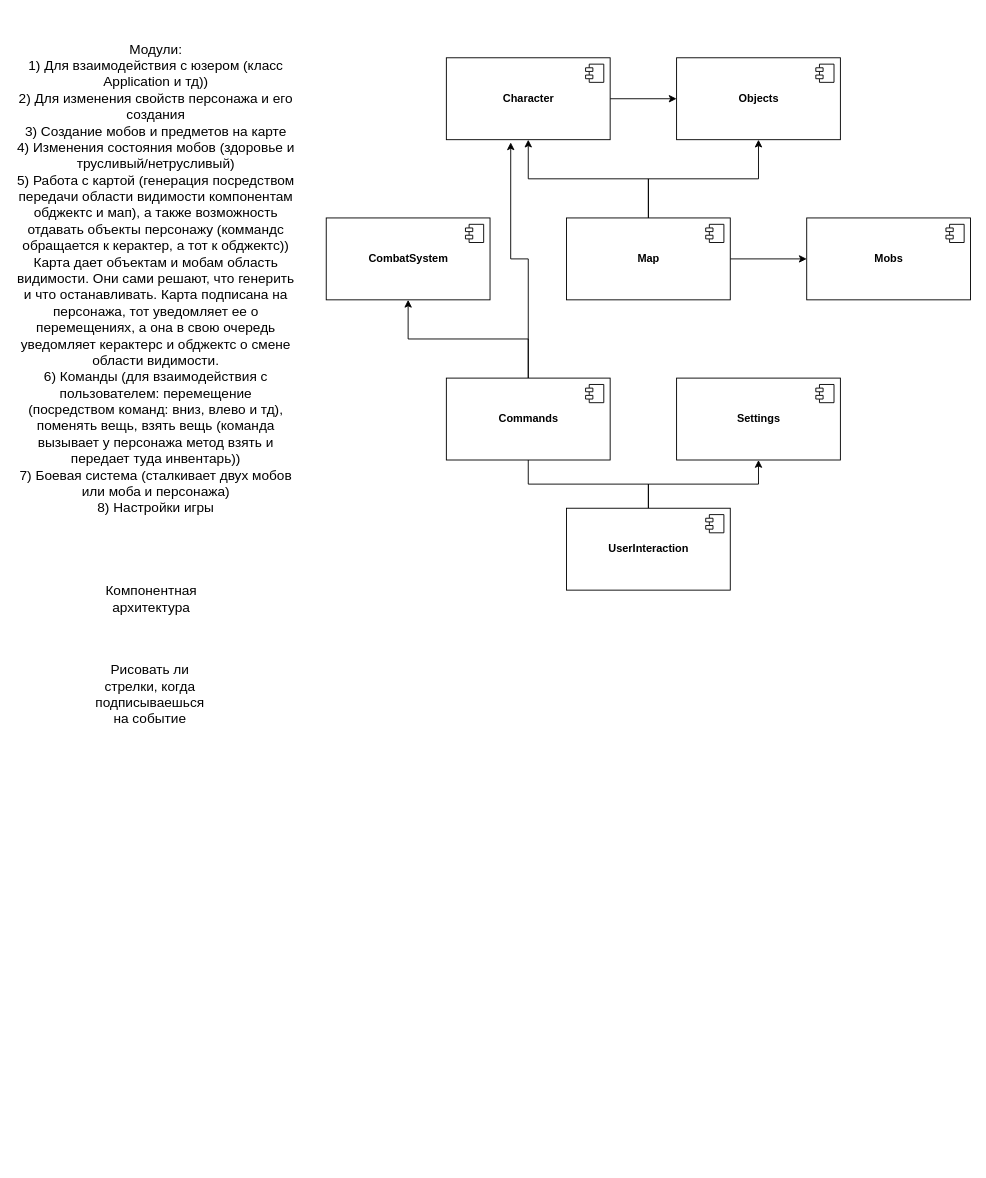
Above: page "Components" (1 of 7) of Roguelike/roguelike.drawio in victoriafomina/Software-Design (draw.io), before the change. Source tidied: cells renumbered, new cells numbered last; positions are measured from the earlier drawing's top-left corner, leaving out a move shared by most shapes. Both pictures are drawn from the tidied source at 91%, with x=0, y=0 at pixel (15, 17).
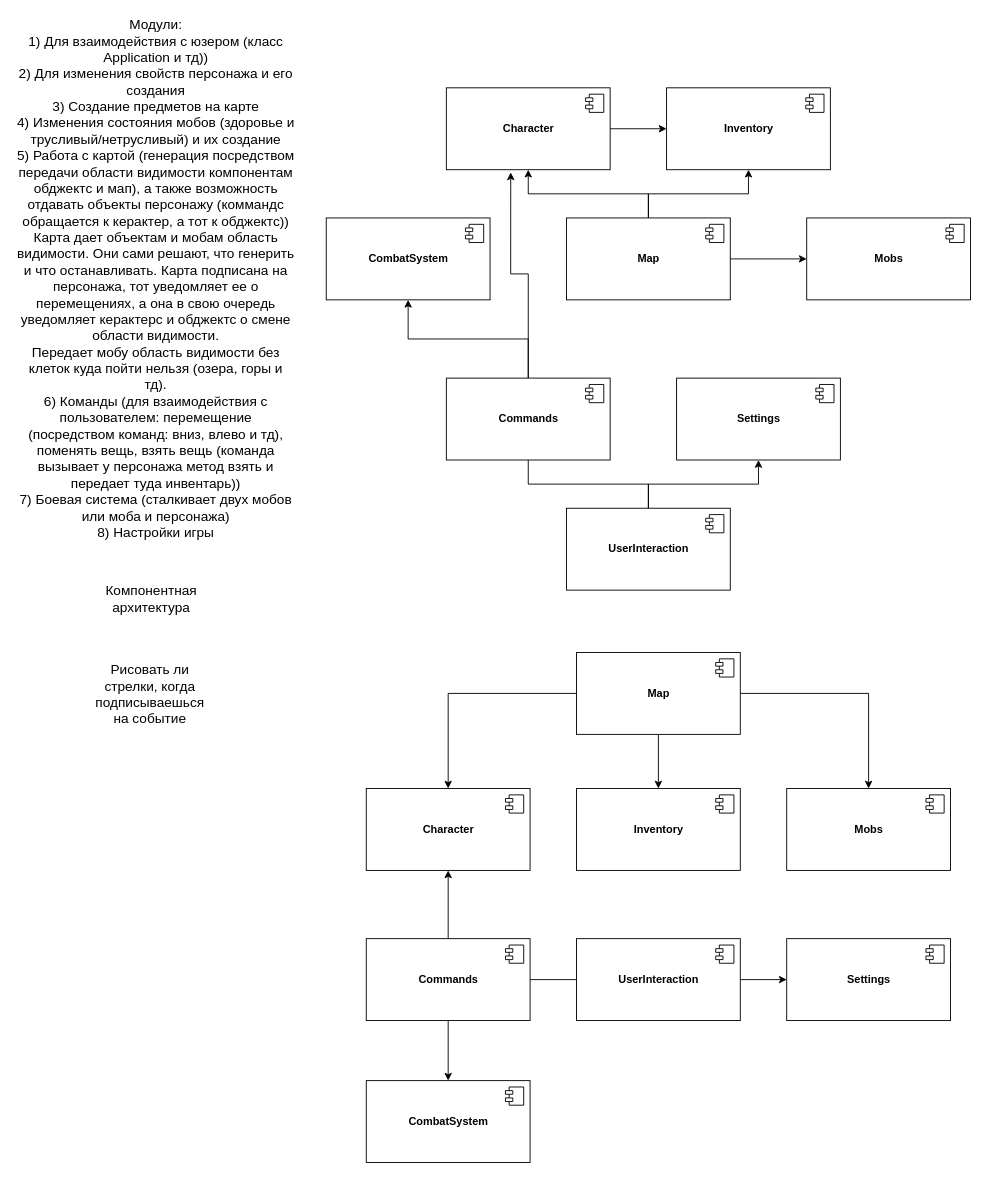
Above is the later version.

Change to the diagram source:
```diff
@@
-    <mxCell id="2" value="&lt;span style=&quot;font-size: 15px&quot;&gt;Модули:&lt;br&gt;1) Для взаимодействия с юзером (класс Application и тд))&lt;br&gt;2) Для изменения свойств персонажа и его создания&lt;br&gt;3) Создание мобов и предметов на карте&lt;br&gt;4) Изменения состояния мобов (здоровье и трусливый/нетрусливый)&lt;br&gt;5) Работа с картой (генерация посредством передачи области видимости компонентам обджектс и мап), а также возможность отдавать объекты персонажу (коммандс обращается к керактер, а тот к обджектс))&lt;br&gt;Карта дает объектам и мобам область видимости. Они сами решают, что генерить и что останавливать. Карта подписана на персонажа, тот уведомляет ее о перемещениях, а она в свою очередь уведомляет керактерс и обджектс о смене области видимости.&lt;br&gt;6) Команды (для взаимодействия с пользователем: перемещение (посредством команд: вниз, влево и тд), поменять вещь, взять вещь (команда вызывает у персонажа метод взять и передает туда инвентарь))&lt;br&gt;7) Боевая система (сталкивает двух мобов или моба и персонажа)&lt;br&gt;8) Настройки игры&lt;br&gt;&lt;/span&gt;" style="text;html=1;strokeColor=none;fillColor=none;align=center;verticalAlign=middle;whiteSpace=wrap;rounded=0;fontSize=14;" parent="1" vertex="1">
+    <mxCell id="2" value="&lt;span style=&quot;font-size: 15px&quot;&gt;Модули:&lt;br&gt;1) Для взаимодействия с юзером (класс Application и тд))&lt;br&gt;2) Для изменения свойств персонажа и его создания&lt;br&gt;3) Создание предметов на карте&lt;br&gt;4) Изменения состояния мобов (здоровье и трусливый/нетрусливый) и их создание&lt;br&gt;5) Работа с картой (генерация посредством передачи области видимости компонентам обджектс и мап), а также возможность отдавать объекты персонажу (коммандс обращается к керактер, а тот к обджектс))&lt;br&gt;Карта дает объектам и мобам область видимости. Они сами решают, что генерить и что останавливать. Карта подписана на персонажа, тот уведомляет ее о перемещениях, а она в свою очередь уведомляет керактерс и обджектс о смене области видимости.&lt;br&gt;Передает мобу область видимости без клеток куда пойти нельзя (озера, горы и тд).&lt;br&gt;6) Команды (для взаимодействия с пользователем: перемещение (посредством команд: вниз, влево и тд), поменять вещь, взять вещь (команда вызывает у персонажа метод взять и передает туда инвентарь))&lt;br&gt;7) Боевая система (сталкивает двух мобов или моба и персонажа)&lt;br&gt;8) Настройки игры&lt;br&gt;&lt;/span&gt;" style="text;html=1;strokeColor=none;fillColor=none;align=center;verticalAlign=middle;whiteSpace=wrap;rounded=0;fontSize=14;" parent="1" vertex="1">
       <mxGeometry width="308" height="572" as="geometry" />
     </mxCell>
@@
     <mxCell id="14" value="&lt;b&gt;Character&lt;/b&gt;" style="html=1;" parent="1" vertex="1">
-      <mxGeometry x="473" y="44" width="180" height="90" as="geometry" />
+      <mxGeometry x="473" y="77" width="180" height="90" as="geometry" />
     </mxCell>
@@
-    <mxCell id="24" value="&lt;b&gt;Objects&lt;/b&gt;" style="html=1;" parent="1" vertex="1">
-      <mxGeometry x="726" y="44" width="180" height="90" as="geometry" />
+    <mxCell id="24" value="&lt;b&gt;Inventory&lt;/b&gt;" style="html=1;" parent="1" vertex="1">
+      <mxGeometry x="715" y="77" width="180" height="90" as="geometry" />
     </mxCell>
@@
+    <mxCell id="29" style="edgeStyle=orthogonalEdgeStyle;rounded=0;jettySize=auto;html=1;exitX=0;exitY=0.5;exitDx=0;exitDy=0;entryX=0.5;entryY=0;entryDx=0;entryDy=0;" parent="1" edge="1" source="32" target="34">
+      <mxGeometry relative="1" as="geometry" />
+    </mxCell>
+    <mxCell id="30" style="edgeStyle=orthogonalEdgeStyle;rounded=0;jettySize=auto;html=1;exitX=0.5;exitY=1;exitDx=0;exitDy=0;entryX=0.5;entryY=0;entryDx=0;entryDy=0;" parent="1" edge="1" source="32" target="36">
+      <mxGeometry relative="1" as="geometry" />
+    </mxCell>
+    <mxCell id="31" style="edgeStyle=orthogonalEdgeStyle;rounded=0;jettySize=auto;html=1;exitX=1;exitY=0.5;exitDx=0;exitDy=0;entryX=0.5;entryY=0;entryDx=0;entryDy=0;" parent="1" edge="1" source="32" target="38">
+      <mxGeometry relative="1" as="geometry" />
+    </mxCell>
+    <mxCell id="32" value="&lt;b&gt;Map&lt;/b&gt;" style="html=1;" parent="1" vertex="1">
+      <mxGeometry x="616" y="697.5" width="180" height="90" as="geometry" />
+    </mxCell>
+    <mxCell id="33" style="shape=module;jettyWidth=8;jettyHeight=4;" parent="32" vertex="1">
+      <mxGeometry x="1" width="20" height="20" relative="1" as="geometry">
+        <mxPoint x="-27" y="7" as="offset" />
+      </mxGeometry>
+    </mxCell>
+    <mxCell id="34" value="&lt;b&gt;Character&lt;/b&gt;" style="html=1;" parent="1" vertex="1">
+      <mxGeometry x="385" y="847" width="180" height="90" as="geometry" />
+    </mxCell>
+    <mxCell id="35" style="shape=module;jettyWidth=8;jettyHeight=4;" parent="34" vertex="1">
+      <mxGeometry x="1" width="20" height="20" relative="1" as="geometry">
+        <mxPoint x="-27" y="7" as="offset" />
+      </mxGeometry>
+    </mxCell>
+    <mxCell id="36" value="&lt;b&gt;Inventory&lt;/b&gt;" style="html=1;" parent="1" vertex="1">
+      <mxGeometry x="616" y="847" width="180" height="90" as="geometry" />
+    </mxCell>
+    <mxCell id="37" style="shape=module;jettyWidth=8;jettyHeight=4;" parent="36" vertex="1">
+      <mxGeometry x="1" width="20" height="20" relative="1" as="geometry">
+        <mxPoint x="-27" y="7" as="offset" />
+      </mxGeometry>
+    </mxCell>
+    <mxCell id="38" value="&lt;b&gt;Mobs&lt;/b&gt;" style="html=1;" parent="1" vertex="1">
+      <mxGeometry x="847" y="847" width="180" height="90" as="geometry" />
+    </mxCell>
+    <mxCell id="39" style="shape=module;jettyWidth=8;jettyHeight=4;" parent="38" vertex="1">
+      <mxGeometry x="1" width="20" height="20" relative="1" as="geometry">
+        <mxPoint x="-27" y="7" as="offset" />
+      </mxGeometry>
+    </mxCell>
+    <mxCell id="40" style="edgeStyle=orthogonalEdgeStyle;rounded=0;jettySize=auto;html=1;exitX=0.5;exitY=0;exitDx=0;exitDy=0;entryX=0.5;entryY=1;entryDx=0;entryDy=0;" parent="1" edge="1" source="42" target="34">
+      <mxGeometry relative="1" as="geometry" />
+    </mxCell>
+    <mxCell id="41" style="edgeStyle=orthogonalEdgeStyle;rounded=0;jettySize=auto;html=1;exitX=0.5;exitY=1;exitDx=0;exitDy=0;entryX=0.5;entryY=0;entryDx=0;entryDy=0;" parent="1" edge="1" source="42" target="44">
+      <mxGeometry relative="1" as="geometry" />
+    </mxCell>
+    <mxCell id="42" value="&lt;b&gt;Commands&lt;/b&gt;" style="html=1;" parent="1" vertex="1">
+      <mxGeometry x="385" y="1012" width="180" height="90" as="geometry" />
+    </mxCell>
+    <mxCell id="43" style="shape=module;jettyWidth=8;jettyHeight=4;" parent="42" vertex="1">
+      <mxGeometry x="1" width="20" height="20" relative="1" as="geometry">
+        <mxPoint x="-27" y="7" as="offset" />
+      </mxGeometry>
+    </mxCell>
+    <mxCell id="44" value="&lt;b&gt;CombatSystem&lt;/b&gt;" style="html=1;" parent="1" vertex="1">
+      <mxGeometry x="385" y="1168" width="180" height="90" as="geometry" />
+    </mxCell>
+    <mxCell id="45" style="shape=module;jettyWidth=8;jettyHeight=4;" parent="44" vertex="1">
+      <mxGeometry x="1" width="20" height="20" relative="1" as="geometry">
+        <mxPoint x="-27" y="7" as="offset" />
+      </mxGeometry>
+    </mxCell>
+    <mxCell id="46" style="edgeStyle=orthogonalEdgeStyle;rounded=0;jettySize=auto;html=1;exitX=1;exitY=0.5;exitDx=0;exitDy=0;entryX=0;entryY=0.5;entryDx=0;entryDy=0;" parent="1" edge="1" source="48" target="50">
+      <mxGeometry relative="1" as="geometry" />
+    </mxCell>
+    <mxCell id="47" style="edgeStyle=orthogonalEdgeStyle;rounded=0;jettySize=auto;html=1;exitX=0;exitY=0.5;exitDx=0;exitDy=0;endArrow=none;endFill=0;" parent="1" edge="1" source="48" target="42">
+      <mxGeometry relative="1" as="geometry" />
+    </mxCell>
+    <mxCell id="48" value="&lt;b&gt;UserInteraction&lt;/b&gt;" style="html=1;" parent="1" vertex="1">
+      <mxGeometry x="616" y="1012" width="180" height="90" as="geometry" />
+    </mxCell>
+    <mxCell id="49" style="shape=module;jettyWidth=8;jettyHeight=4;" parent="48" vertex="1">
+      <mxGeometry x="1" width="20" height="20" relative="1" as="geometry">
+        <mxPoint x="-27" y="7" as="offset" />
+      </mxGeometry>
+    </mxCell>
+    <mxCell id="50" value="&lt;b&gt;Settings&lt;/b&gt;" style="html=1;" parent="1" vertex="1">
+      <mxGeometry x="847" y="1012" width="180" height="90" as="geometry" />
+    </mxCell>
+    <mxCell id="51" style="shape=module;jettyWidth=8;jettyHeight=4;" parent="50" vertex="1">
+      <mxGeometry x="1" width="20" height="20" relative="1" as="geometry">
+        <mxPoint x="-27" y="7" as="offset" />
+      </mxGeometry>
+    </mxCell>
```
